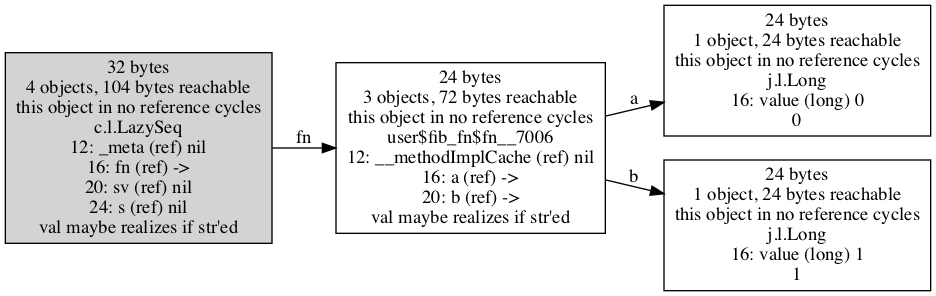
Before: doc/images/lazy-fib-seq-unrealized.png, a diagram exported from Graphviz (jafingerhut/cljol). Its source is kept beside it as doc/images/lazy-fib-seq-unrealized.dot.
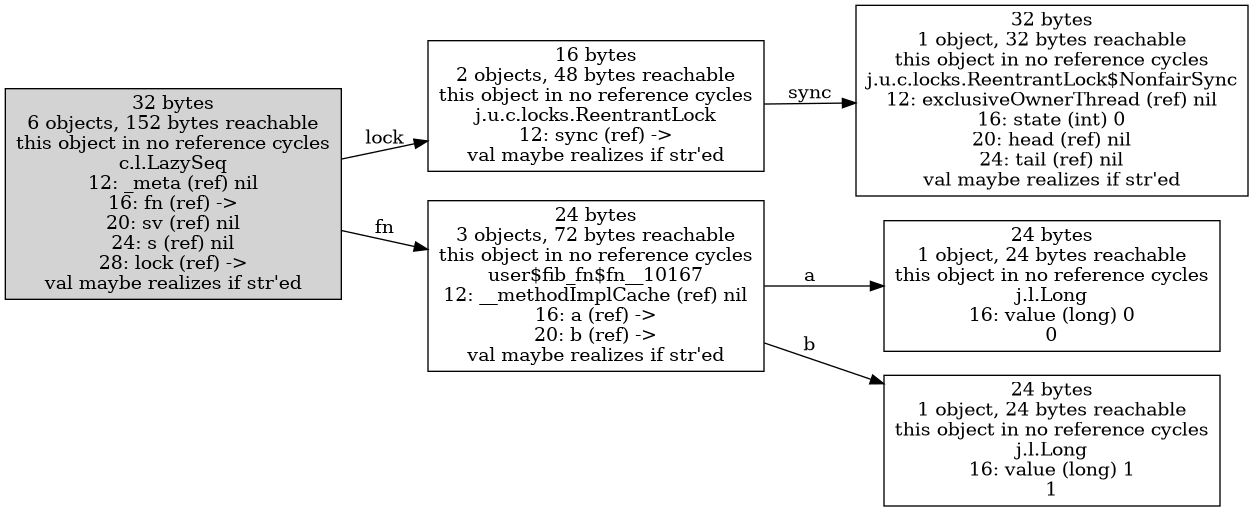
The same diagram one commit later.

The edit, as a diff of the source:
```diff
@@ -1,35 +1,53 @@
 digraph {
-graph [layout=dot,rankdir=LR];
-"28991406664" ["scc-num-nodes"=1,label="24 bytes
-1 object, 24 bytes reachable
-this object in no reference cycles
-j.l.Long
-16: value (long) 0
-0",shape=box];
-"28991464656" ["scc-num-nodes"=1,label="24 bytes
-1 object, 24 bytes reachable
-this object in no reference cycles
-j.l.Long
-16: value (long) 1
-1",shape=box];
-"32024788488" ["scc-num-nodes"=1,style=filled,label="32 bytes
-4 objects, 104 bytes reachable
+graph [layout="dot",rankdir="LR"];
+"18757450240" ["reachable-only-from"=18757450240,"scc-num-nodes"=1,style="filled","my-unique-total-size"=152,"my-unique-num-reachable-nodes"=6,label="32 bytes
+6 objects, 152 bytes reachable
 this object in no reference cycles
 c.l.LazySeq
 12: _meta (ref) nil
 16: fn (ref) ->
 20: sv (ref) nil
 24: s (ref) nil
-val maybe realizes if str'ed",shape=box];
-"32024788520" ["scc-num-nodes"=1,label="24 bytes
+28: lock (ref) ->
+val maybe realizes if str'ed",shape="box"];
+"18757450688" ["reachable-only-from"=18757450240,"scc-num-nodes"=1,label="16 bytes
+2 objects, 48 bytes reachable
+this object in no reference cycles
+j.u.c.locks.ReentrantLock
+12: sync (ref) ->
+val maybe realizes if str'ed",shape="box"];
+"34349647488" ["reachable-only-from"=18757450240,"scc-num-nodes"=1,label="24 bytes
+1 object, 24 bytes reachable
+this object in no reference cycles
+j.l.Long
+16: value (long) 0
+0",shape="box"];
+"34349647680" ["reachable-only-from"=18757450240,"scc-num-nodes"=1,label="24 bytes
+1 object, 24 bytes reachable
+this object in no reference cycles
+j.l.Long
+16: value (long) 1
+1",shape="box"];
+"18757450496" ["reachable-only-from"=18757450240,"scc-num-nodes"=1,label="24 bytes
 3 objects, 72 bytes reachable
 this object in no reference cycles
-user$fib_fn$fn__7006
+user$fib_fn$fn__10167
 12: __methodImplCache (ref) nil
 16: a (ref) ->
 20: b (ref) ->
-val maybe realizes if str'ed",shape=box];
-"32024788488" -> "32024788520" ["field-name"=fn,label=fn];
-"32024788520" -> "28991406664" ["field-name"=a,label=a];
-"32024788520" -> "28991464656" ["field-name"=b,label=b];
+val maybe realizes if str'ed",shape="box"];
+"18757450816" ["reachable-only-from"=18757450240,"scc-num-nodes"=1,label="32 bytes
+1 object, 32 bytes reachable
+this object in no reference cycles
+j.u.c.locks.ReentrantLock$NonfairSync
+12: exclusiveOwnerThread (ref) nil
+16: state (int) 0
+20: head (ref) nil
+24: tail (ref) nil
+val maybe realizes if str'ed",shape="box"];
+"18757450240" -> "18757450496" ["field-name"="fn",label="fn"];
+"18757450240" -> "18757450688" ["field-name"="lock",label="lock"];
+"18757450688" -> "18757450816" ["field-name"="sync",label="sync"];
+"18757450496" -> "34349647488" ["field-name"="a",label="a"];
+"18757450496" -> "34349647680" ["field-name"="b",label="b"];
 }
```
